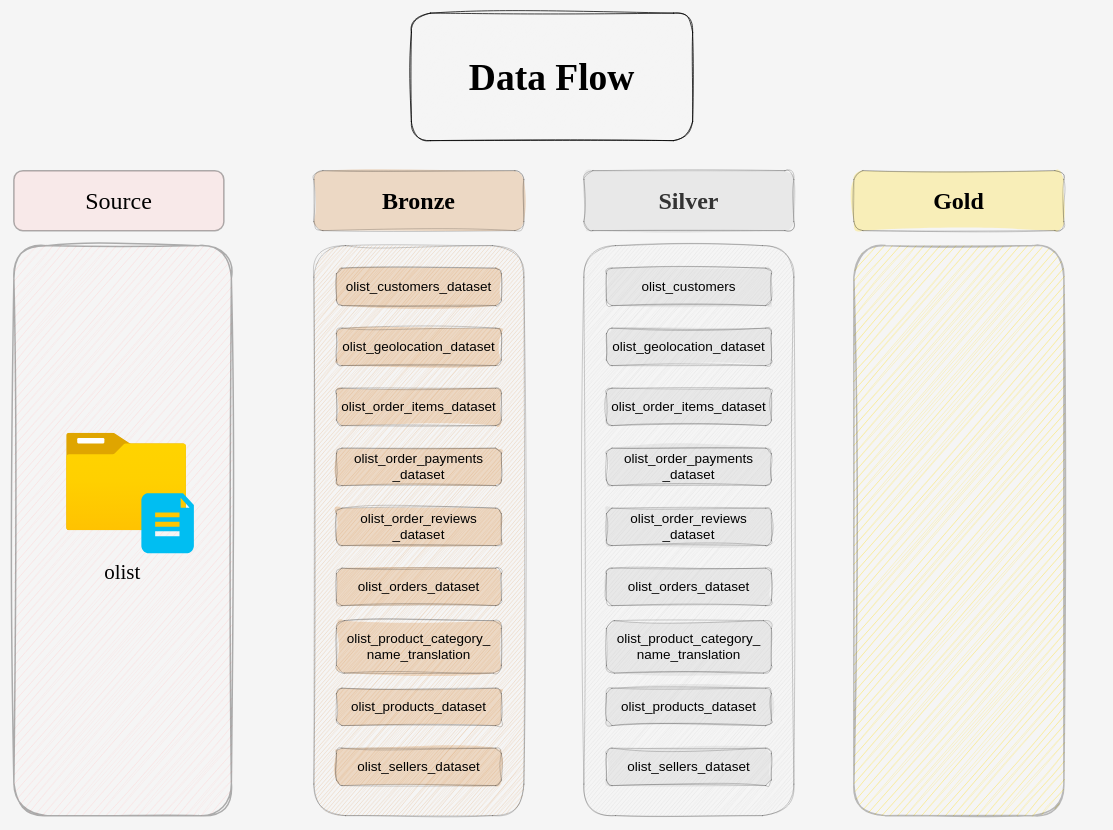
Earlier version of the draw.io diagram docs/data_flow.drawio (IbirdieU/data-warehouse-project). Source tidied: cells renumbered, new cells numbered last; positions are measured from the earlier drawing's top-left corner, leaving out a move shared by most shapes. Both pictures are drawn from the tidied source at 75%, with x=0, y=0 at pixel (14, 13).
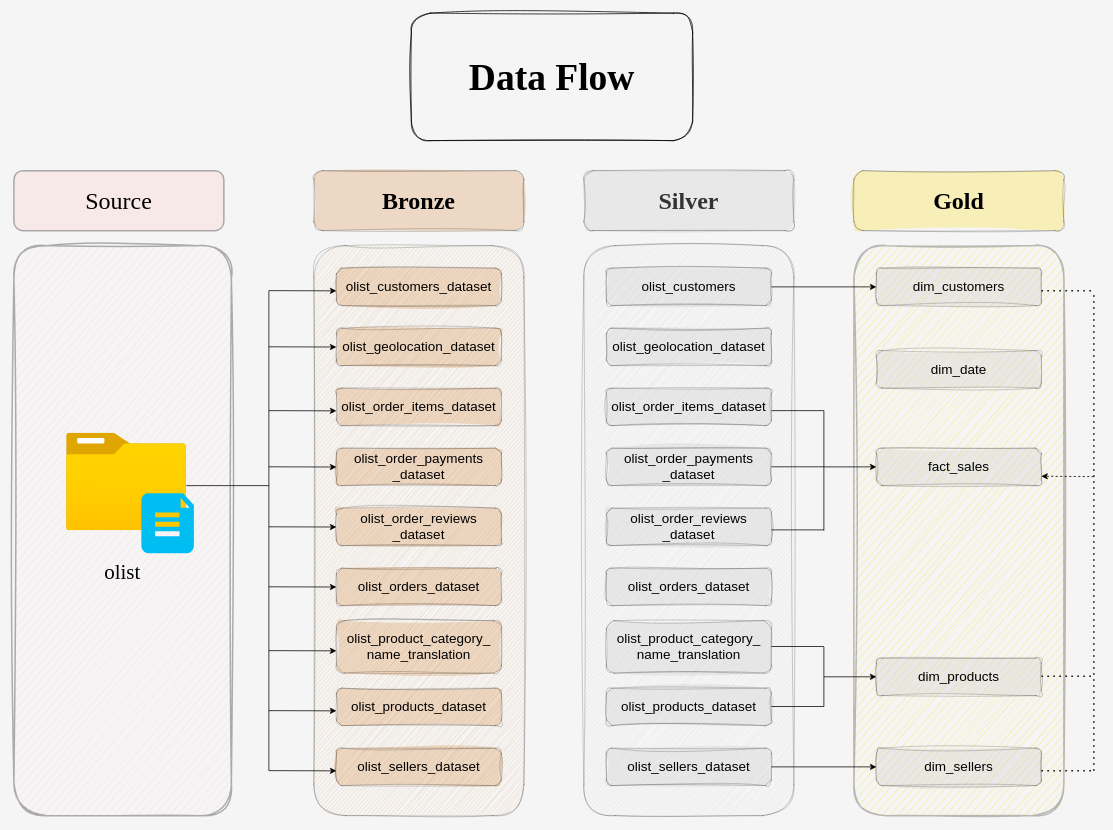
The same diagram, later.

Unchanged cells that the change refers to:
```xml
<mxCell id="23" value="&lt;font style=&quot;font-size: 18px;&quot;&gt;olist_customers&lt;/font&gt;" style="rounded=1;whiteSpace=wrap;html=1;fillColor=#C0C0C0;strokeColor=default;opacity=25;strokeWidth=1;gradientColor=none;fillStyle=solid;sketch=1;curveFitting=1;jiggle=2;" parent="1" vertex="1">
  <mxGeometry x="790" y="340" width="220" height="50" as="geometry" />
</mxCell>
<mxCell id="31" value="&lt;font&gt;&lt;span&gt;olist_sellers&lt;/span&gt;&lt;/font&gt;_dataset" style="rounded=1;whiteSpace=wrap;html=1;fillColor=#C0C0C0;strokeColor=default;opacity=25;strokeWidth=1;gradientColor=none;fillStyle=solid;sketch=1;curveFitting=1;jiggle=2;fontFamily=Helvetica;fontSize=18;" parent="1" vertex="1">
  <mxGeometry x="790" y="980" width="220" height="50" as="geometry" />
</mxCell>
```

Diff of the diagram source:
```diff
@@
+    <mxCell id="32" style="edgeStyle=orthogonalEdgeStyle;rounded=0;jettySize=auto;html=1;exitX=1;exitY=0.5;exitDx=0;exitDy=0;entryX=0;entryY=0.5;entryDx=0;entryDy=0;strokeColor=default;" parent="1" edge="1" source="23" target="35">
+      <mxGeometry relative="1" as="geometry" />
+    </mxCell>
@@
+    <mxCell id="33" style="edgeStyle=orthogonalEdgeStyle;rounded=0;jettySize=auto;html=1;exitX=1;exitY=0.5;exitDx=0;exitDy=0;entryX=0;entryY=0.5;entryDx=0;entryDy=0;" parent="1" edge="1" source="31" target="36">
+      <mxGeometry relative="1" as="geometry" />
+    </mxCell>
@@
+    <mxCell id="34" value="&lt;span style=&quot;font-size: 18px;&quot;&gt;dim_date&lt;/span&gt;" style="rounded=1;whiteSpace=wrap;html=1;fillColor=#C0C0C0;strokeColor=default;opacity=25;strokeWidth=1;gradientColor=none;fillStyle=solid;sketch=1;curveFitting=1;jiggle=2;" parent="1" vertex="1">
+      <mxGeometry x="1150" y="450" width="220" height="50" as="geometry" />
+    </mxCell>
+    <mxCell id="35" value="&lt;span style=&quot;font-size: 18px;&quot;&gt;dim_customers&lt;/span&gt;" style="rounded=1;whiteSpace=wrap;html=1;fillColor=#C0C0C0;strokeColor=default;opacity=25;strokeWidth=1;gradientColor=none;fillStyle=solid;sketch=1;curveFitting=1;jiggle=2;" parent="1" vertex="1">
+      <mxGeometry x="1150" y="340" width="220" height="50" as="geometry" />
+    </mxCell>
+    <mxCell id="36" value="&lt;span style=&quot;font-size: 18px;&quot;&gt;dim_sellers&lt;/span&gt;" style="rounded=1;whiteSpace=wrap;html=1;fillColor=#C0C0C0;strokeColor=default;opacity=25;strokeWidth=1;gradientColor=none;fillStyle=solid;sketch=1;curveFitting=1;jiggle=2;" parent="1" vertex="1">
+      <mxGeometry x="1150" y="980" width="220" height="50" as="geometry" />
+    </mxCell>
+    <mxCell id="37" value="&lt;span style=&quot;font-size: 18px;&quot;&gt;dim_products&lt;/span&gt;" style="rounded=1;whiteSpace=wrap;html=1;fillColor=#C0C0C0;strokeColor=default;opacity=25;strokeWidth=1;gradientColor=none;fillStyle=solid;sketch=1;curveFitting=1;jiggle=2;" parent="1" vertex="1">
+      <mxGeometry x="1150" y="860" width="220" height="50" as="geometry" />
+    </mxCell>
+    <mxCell id="38" value="&lt;span style=&quot;font-size: 18px;&quot;&gt;fact_sales&lt;/span&gt;" style="rounded=1;whiteSpace=wrap;html=1;fillColor=#C0C0C0;strokeColor=default;opacity=25;strokeWidth=1;gradientColor=none;fillStyle=solid;sketch=1;curveFitting=1;jiggle=2;" parent="1" vertex="1">
+      <mxGeometry x="1150" y="580" width="220" height="50" as="geometry" />
+    </mxCell>
+    <mxCell id="39" style="endArrow=none;html=1;rounded=0;" parent="1" edge="1">
+      <mxGeometry relative="1" as="geometry">
+        <mxPoint x="1080" y="690" as="sourcePoint" />
+        <mxPoint x="1080" y="530" as="targetPoint" />
+      </mxGeometry>
+    </mxCell>
+    <mxCell id="40" style="endArrow=none;html=1;rounded=0;" parent="1" edge="1">
+      <mxGeometry relative="1" as="geometry">
+        <mxPoint x="1010" y="530" as="sourcePoint" />
+        <mxPoint x="1080" y="530" as="targetPoint" />
+      </mxGeometry>
+    </mxCell>
+    <mxCell id="41" style="endArrow=none;html=1;rounded=0;" parent="1" edge="1">
+      <mxGeometry relative="1" as="geometry">
+        <mxPoint x="1010" y="689" as="sourcePoint" />
+        <mxPoint x="1080" y="689" as="targetPoint" />
+      </mxGeometry>
+    </mxCell>
+    <mxCell id="42" style="endArrow=none;html=1;rounded=0;" parent="1" edge="1">
+      <mxGeometry relative="1" as="geometry">
+        <mxPoint x="1010" y="604.9" as="sourcePoint" />
+        <mxPoint x="1080" y="604.9" as="targetPoint" />
+      </mxGeometry>
+    </mxCell>
+    <mxCell id="43" style="endArrow=classic;html=1;rounded=0;entryX=0;entryY=0.5;entryDx=0;entryDy=0;" parent="1" edge="1" target="38">
+      <mxGeometry relative="1" as="geometry">
+        <mxPoint x="1080" y="605" as="sourcePoint" />
+      </mxGeometry>
+    </mxCell>
+    <mxCell id="44" style="endArrow=none;html=1;rounded=0;" parent="1" edge="1">
+      <mxGeometry relative="1" as="geometry">
+        <mxPoint x="1080" y="925" as="sourcePoint" />
+        <mxPoint x="1080" y="845" as="targetPoint" />
+      </mxGeometry>
+    </mxCell>
+    <mxCell id="45" style="endArrow=none;html=1;rounded=0;" parent="1" edge="1">
+      <mxGeometry relative="1" as="geometry">
+        <mxPoint x="1010" y="844.5" as="sourcePoint" />
+        <mxPoint x="1080" y="844.5" as="targetPoint" />
+      </mxGeometry>
+    </mxCell>
+    <mxCell id="46" style="endArrow=none;html=1;rounded=0;" parent="1" edge="1">
+      <mxGeometry relative="1" as="geometry">
+        <mxPoint x="1010" y="924.5" as="sourcePoint" />
+        <mxPoint x="1080" y="924.5" as="targetPoint" />
+      </mxGeometry>
+    </mxCell>
+    <mxCell id="47" style="endArrow=classic;html=1;rounded=0;entryX=0;entryY=0.5;entryDx=0;entryDy=0;" parent="1" edge="1">
+      <mxGeometry relative="1" as="geometry">
+        <mxPoint x="1080" y="884.9" as="sourcePoint" />
+        <mxPoint x="1150" y="884.9" as="targetPoint" />
+      </mxGeometry>
+    </mxCell>
+    <mxCell id="48" style="endArrow=none;dashed=1;html=1;dashPattern=1 3;strokeWidth=2;rounded=0;" parent="1" edge="1">
+      <mxGeometry relative="1" as="geometry">
+        <mxPoint x="1440" y="1010" as="sourcePoint" />
+        <mxPoint x="1440" y="370" as="targetPoint" />
+      </mxGeometry>
+    </mxCell>
+    <mxCell id="49" style="endArrow=none;dashed=1;html=1;dashPattern=1 3;strokeWidth=2;rounded=0;" parent="1" edge="1">
+      <mxGeometry relative="1" as="geometry">
+        <mxPoint x="1370" y="370" as="sourcePoint" />
+        <mxPoint x="1440" y="370" as="targetPoint" />
+      </mxGeometry>
+    </mxCell>
+    <mxCell id="50" style="endArrow=none;dashed=1;html=1;dashPattern=1 3;strokeWidth=2;rounded=0;" parent="1" edge="1">
+      <mxGeometry relative="1" as="geometry">
+        <mxPoint x="1370" y="1010" as="sourcePoint" />
+        <mxPoint x="1440" y="1010" as="targetPoint" />
+      </mxGeometry>
+    </mxCell>
+    <mxCell id="51" style="endArrow=classic;html=1;rounded=0;dashed=1;entryX=1;entryY=0.75;entryDx=0;entryDy=0;" parent="1" edge="1" target="38">
+      <mxGeometry relative="1" as="geometry">
+        <mxPoint x="1440" y="618" as="sourcePoint" />
+      </mxGeometry>
+    </mxCell>
+    <mxCell id="52" style="endArrow=none;dashed=1;html=1;dashPattern=1 3;strokeWidth=2;rounded=0;" parent="1" edge="1">
+      <mxGeometry relative="1" as="geometry">
+        <mxPoint x="1370" y="884.3" as="sourcePoint" />
+        <mxPoint x="1440" y="884.3" as="targetPoint" />
+      </mxGeometry>
+    </mxCell>
+    <mxCell id="53" style="endArrow=none;html=1;rounded=0;" parent="1" edge="1">
+      <mxGeometry relative="1" as="geometry">
+        <mxPoint x="340" y="1010" as="sourcePoint" />
+        <mxPoint x="340" y="370" as="targetPoint" />
+        <Array as="points">
+          <mxPoint x="340" y="370" />
+        </Array>
+      </mxGeometry>
+    </mxCell>
+    <mxCell id="54" style="endArrow=none;html=1;rounded=0;" parent="1" edge="1">
+      <mxGeometry relative="1" as="geometry">
+        <mxPoint x="230" y="630" as="sourcePoint" />
+        <mxPoint x="340" y="630" as="targetPoint" />
+      </mxGeometry>
+    </mxCell>
+    <mxCell id="55" style="endArrow=classic;html=1;rounded=0;entryX=0.004;entryY=0.206;entryDx=0;entryDy=0;entryPerimeter=0;" parent="1" edge="1">
+      <mxGeometry relative="1" as="geometry">
+        <mxPoint x="340" y="370" as="sourcePoint" />
+        <mxPoint x="430" y="370.3" as="targetPoint" />
+      </mxGeometry>
+    </mxCell>
+    <mxCell id="56" style="endArrow=classic;html=1;rounded=0;entryX=0.004;entryY=0.206;entryDx=0;entryDy=0;entryPerimeter=0;" parent="1" edge="1">
+      <mxGeometry relative="1" as="geometry">
+        <mxPoint x="340" y="444.9" as="sourcePoint" />
+        <mxPoint x="430" y="445.2" as="targetPoint" />
+      </mxGeometry>
+    </mxCell>
+    <mxCell id="57" style="endArrow=classic;html=1;rounded=0;entryX=0.004;entryY=0.206;entryDx=0;entryDy=0;entryPerimeter=0;" parent="1" edge="1">
+      <mxGeometry relative="1" as="geometry">
+        <mxPoint x="340" y="530" as="sourcePoint" />
+        <mxPoint x="430" y="530.3" as="targetPoint" />
+      </mxGeometry>
+    </mxCell>
+    <mxCell id="58" style="endArrow=classic;html=1;rounded=0;entryX=0.004;entryY=0.206;entryDx=0;entryDy=0;entryPerimeter=0;" parent="1" edge="1">
+      <mxGeometry relative="1" as="geometry">
+        <mxPoint x="340" y="604.9" as="sourcePoint" />
+        <mxPoint x="430" y="605.2" as="targetPoint" />
+      </mxGeometry>
+    </mxCell>
+    <mxCell id="59" style="endArrow=classic;html=1;rounded=0;entryX=0.004;entryY=0.206;entryDx=0;entryDy=0;entryPerimeter=0;" parent="1" edge="1">
+      <mxGeometry relative="1" as="geometry">
+        <mxPoint x="340" y="684.9" as="sourcePoint" />
+        <mxPoint x="430" y="685.2" as="targetPoint" />
+      </mxGeometry>
+    </mxCell>
+    <mxCell id="60" style="endArrow=classic;html=1;rounded=0;entryX=0.004;entryY=0.206;entryDx=0;entryDy=0;entryPerimeter=0;" parent="1" edge="1">
+      <mxGeometry relative="1" as="geometry">
+        <mxPoint x="340" y="764.9" as="sourcePoint" />
+        <mxPoint x="430" y="765.2" as="targetPoint" />
+      </mxGeometry>
+    </mxCell>
+    <mxCell id="61" style="endArrow=classic;html=1;rounded=0;entryX=0.004;entryY=0.206;entryDx=0;entryDy=0;entryPerimeter=0;" parent="1" edge="1">
+      <mxGeometry relative="1" as="geometry">
+        <mxPoint x="340" y="850" as="sourcePoint" />
+        <mxPoint x="430" y="850.3" as="targetPoint" />
+      </mxGeometry>
+    </mxCell>
+    <mxCell id="62" style="endArrow=classic;html=1;rounded=0;entryX=0.004;entryY=0.206;entryDx=0;entryDy=0;entryPerimeter=0;" parent="1" edge="1">
+      <mxGeometry relative="1" as="geometry">
+        <mxPoint x="340" y="930" as="sourcePoint" />
+        <mxPoint x="430" y="930.3" as="targetPoint" />
+      </mxGeometry>
+    </mxCell>
+    <mxCell id="63" style="endArrow=classic;html=1;rounded=0;entryX=0.004;entryY=0.206;entryDx=0;entryDy=0;entryPerimeter=0;" parent="1" edge="1">
+      <mxGeometry relative="1" as="geometry">
+        <mxPoint x="340" y="1010" as="sourcePoint" />
+        <mxPoint x="430" y="1010.3" as="targetPoint" />
+      </mxGeometry>
+    </mxCell>
```
